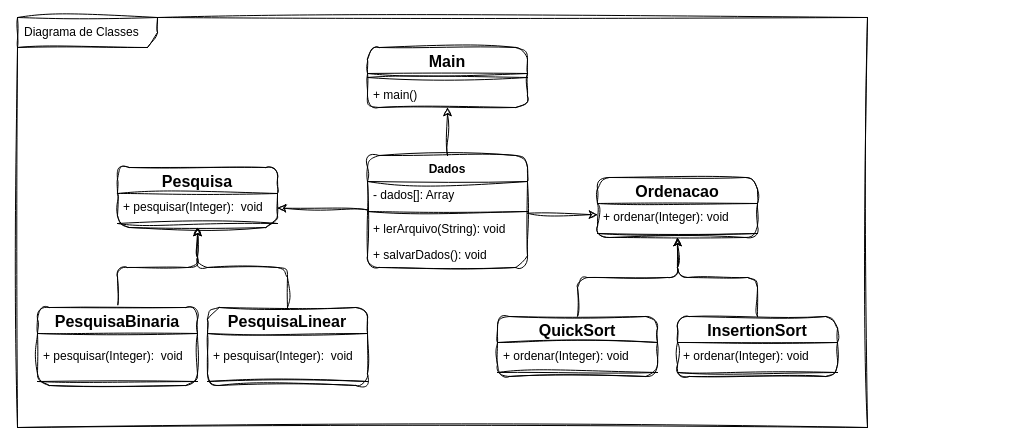
Before: ClassDiagram.drawio in UniSociescProjects/JavaSwing, a draw.io diagram. Source tidied: cells renumbered, new cells numbered last; positions are measured from the earlier drawing's top-left corner, leaving out a move shared by most shapes. Both pictures are drawn from the tidied source at 100%, with x=0, y=0 at pixel (17, 17).
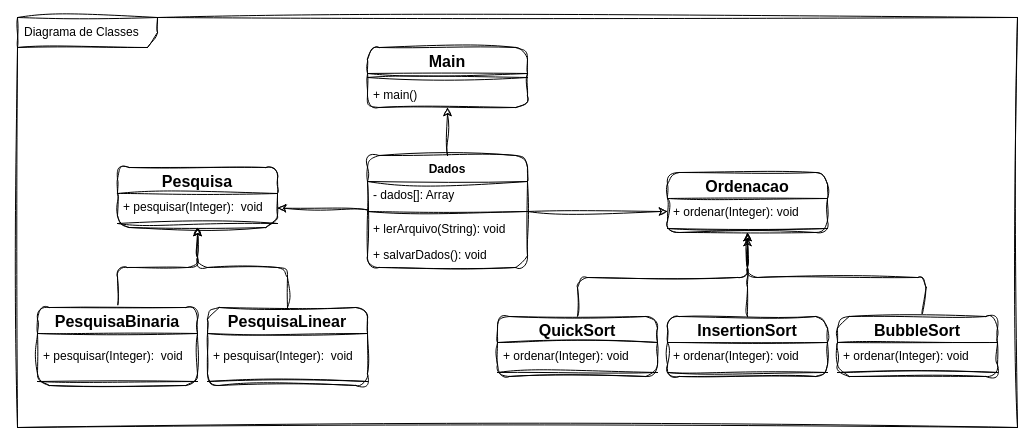
Above is the later version.

The change refers to these unchanged cells:
```xml
<mxCell id="7" value="QuickSort" style="swimlane;fontStyle=1;align=center;verticalAlign=middle;horizontal=1;startSize=26;hachureGap=4;fontFamily=Helvetica;fontSize=16;rounded=1;sketch=1;curveFitting=1;jiggle=2;" parent="1" vertex="1">
  <mxGeometry x="480" y="299" width="160" height="60" as="geometry" />
</mxCell>
<mxCell id="12" style="line;strokeWidth=1;fillColor=none;align=left;verticalAlign=middle;spacingTop=-1;spacingLeft=3;spacingRight=3;labelPosition=right;points=[];portConstraint=eastwest;strokeColor=inherit;sketch=1;hachureGap=4;jiggle=2;curveFitting=1;fontFamily=Architects Daughter;fontSize=20;" parent="10" vertex="1">
  <mxGeometry y="52" width="160" height="8" as="geometry" />
</mxCell>
```

Diff of the diagram source:
```diff
@@
     <mxCell id="2" value="Diagrama de Classes" style="shape=umlFrame;whiteSpace=wrap;html=1;width=140;height=30;boundedLbl=1;verticalAlign=middle;align=left;spacingLeft=5;rounded=1;sketch=1;hachureGap=4;jiggle=2;curveFitting=1;fontFamily=Helvetica;fontSize=12;swimlaneFillColor=default;" parent="1" vertex="1">
-      <mxGeometry width="850" height="410" as="geometry" />
+      <mxGeometry width="1000" height="410" as="geometry" />
     </mxCell>
@@
     <mxCell id="6" style="edgeStyle=none;sketch=1;hachureGap=4;jiggle=2;curveFitting=1;html=1;fontFamily=Helvetica;fontSize=12;" parent="1" edge="1" source="7" target="12">
       <mxGeometry relative="1" as="geometry">
         <Array as="points">
           <mxPoint x="560" y="260" />
-          <mxPoint x="660" y="260" />
+          <mxPoint x="730" y="260" />
         </Array>
       </mxGeometry>
     </mxCell>
@@
     <mxCell id="10" value="Ordenacao" style="swimlane;fontStyle=1;align=center;verticalAlign=middle;horizontal=1;startSize=26;hachureGap=4;fontFamily=Helvetica;fontSize=16;rounded=1;sketch=1;curveFitting=1;jiggle=2;" parent="1" vertex="1">
-      <mxGeometry x="580" y="160" width="160" height="60" as="geometry" />
+      <mxGeometry x="650" y="155" width="160" height="60" as="geometry" />
     </mxCell>
@@
     <mxCell id="16" style="edgeStyle=none;sketch=1;hachureGap=4;jiggle=2;curveFitting=1;html=1;fontFamily=Helvetica;fontSize=12;" parent="1" edge="1" source="17" target="12">
       <mxGeometry relative="1" as="geometry">
         <Array as="points">
-          <mxPoint x="740" y="260" />
-          <mxPoint x="660" y="260" />
+          <mxPoint x="730" y="260" />
         </Array>
       </mxGeometry>
     </mxCell>
     <mxCell id="17" value="InsertionSort" style="swimlane;fontStyle=1;align=center;verticalAlign=middle;horizontal=1;startSize=26;hachureGap=4;fontFamily=Helvetica;fontSize=16;rounded=1;sketch=1;curveFitting=1;jiggle=2;" parent="1" vertex="1">
-      <mxGeometry x="660" y="299" width="160" height="60" as="geometry" />
+      <mxGeometry x="650" y="299" width="160" height="60" as="geometry" />
     </mxCell>
@@
+    <mxCell id="36" style="edgeStyle=none;sketch=1;hachureGap=4;jiggle=2;curveFitting=1;html=1;fontFamily=Architects Daughter;fontSize=16;" parent="1" edge="1" source="37">
+      <mxGeometry relative="1" as="geometry">
+        <mxPoint x="730" y="220" as="targetPoint" />
+        <Array as="points">
+          <mxPoint x="910" y="260" />
+          <mxPoint x="730" y="260" />
+        </Array>
+      </mxGeometry>
+    </mxCell>
+    <mxCell id="37" value="BubbleSort" style="swimlane;fontStyle=1;align=center;verticalAlign=middle;horizontal=1;startSize=26;hachureGap=4;fontFamily=Helvetica;fontSize=16;rounded=1;sketch=1;curveFitting=1;jiggle=2;" parent="1" vertex="1">
+      <mxGeometry x="820" y="299" width="160" height="60" as="geometry" />
+    </mxCell>
+    <mxCell id="38" value="+ ordenar(Integer): void" style="text;strokeColor=none;fillColor=none;align=left;verticalAlign=middle;spacingLeft=4;spacingRight=4;overflow=hidden;sketch=1;hachureGap=4;jiggle=2;curveFitting=1;fontFamily=Helvetica;fontSize=12;" parent="37" vertex="1">
+      <mxGeometry y="26" width="160" height="26" as="geometry" />
+    </mxCell>
+    <mxCell id="39" style="line;strokeWidth=1;fillColor=none;align=left;verticalAlign=middle;spacingTop=-1;spacingLeft=3;spacingRight=3;labelPosition=right;strokeColor=inherit;sketch=1;hachureGap=4;jiggle=2;curveFitting=1;fontFamily=Architects Daughter;fontSize=20;" parent="37" vertex="1">
+      <mxGeometry y="52" width="160" height="8" as="geometry" />
+    </mxCell>
```
